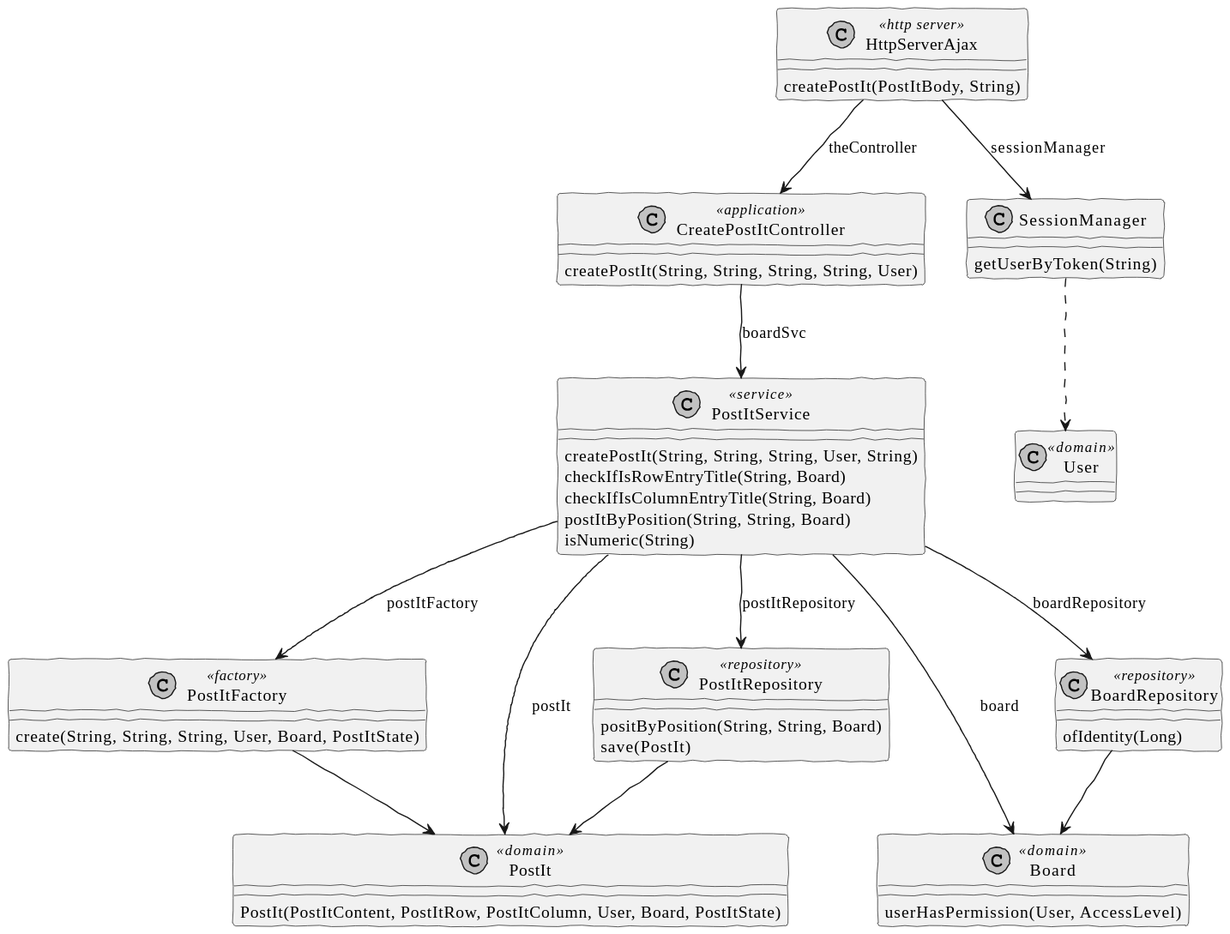
Above: docs/SPRINT C/US_3006/CD/CreatePostIt-CD.svg in brunacosta03/sem4pi_22_23 (PlantUML), before the change.
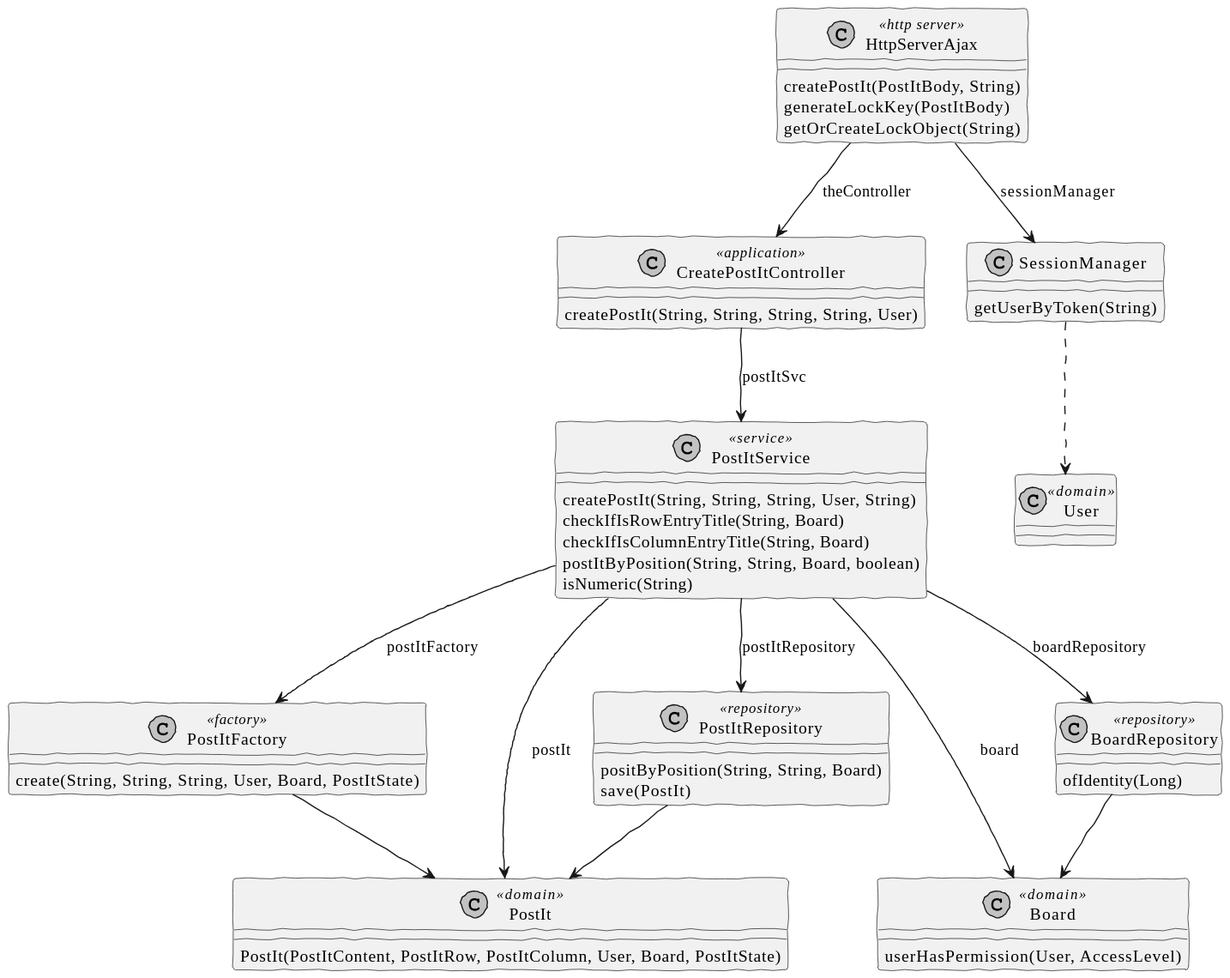
The same diagram one commit later.

The edit, as a diff of the source:
```diff
@@ -21,7 +21,7 @@
 HttpServerAjax --> CreatePostItController: theController
 HttpServerAjax --> SessionManager: sessionManager
 SessionManager ..> User
-CreatePostItController --> PostItService: boardSvc
+CreatePostItController --> PostItService: postItSvc
 PostItService --> PostItFactory: postItFactory
 PostItService --> PostItRepository: postItRepository
 PostItService --> BoardRepository: boardRepository
@@ -34,12 +34,14 @@
 
 
 HttpServerAjax : createPostIt(PostItBody, String)
+HttpServerAjax : generateLockKey(PostItBody)
+HttpServerAjax : getOrCreateLockObject(String)
 SessionManager : getUserByToken(String)
 CreatePostItController : createPostIt(String, String, String, String, User)
 PostItService : createPostIt(String, String, String, User, String)
 PostItService : checkIfIsRowEntryTitle(String, Board)
 PostItService : checkIfIsColumnEntryTitle(String, Board)
-PostItService : postItByPosition(String, String, Board)
+PostItService : postItByPosition(String, String, Board, boolean)
 PostItService : isNumeric(String)
 PostItFactory : create(String, String, String, User, Board, PostItState)
 Board : userHasPermission(User, AccessLevel)
```
